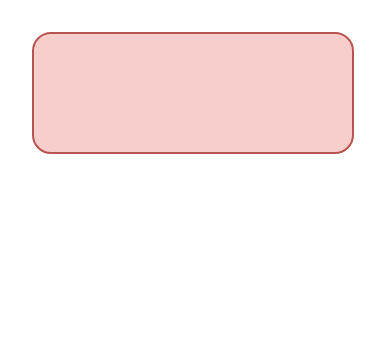
The draw.io diagram output/Untitled Diagram.drawio in aaronsteers/aj-dataops-personal, before the edit. Source tidied: cells renumbered, new cells numbered last; positions are measured from the earlier drawing's top-left corner, leaving out a move shared by most shapes. Both pictures are drawn from the tidied source at 200%, with x=0, y=0 at pixel (32, 32).
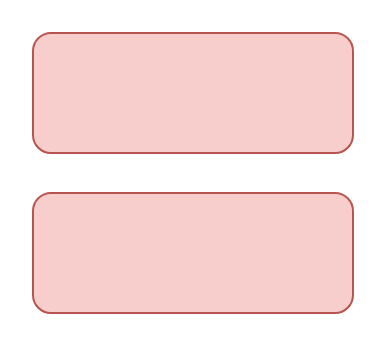
The same page after the edit.

Commit message:
duplicate shape

What changed in the source:
```diff
@@
 <mxGraphModel>
   <root>
     <mxCell id="0" />
     <mxCell id="1" parent="0" />
     <mxCell id="2" style="rounded=1;whiteSpace=wrap;html=1;fillColor=#f8cecc;strokeColor=#b85450;" parent="1" vertex="1">
       <mxGeometry width="160" height="60" as="geometry" />
     </mxCell>
+    <mxCell id="3" style="rounded=1;whiteSpace=wrap;html=1;fillColor=#f8cecc;strokeColor=#b85450;" parent="1" vertex="1">
+      <mxGeometry y="80" width="160" height="60" as="geometry" />
+    </mxCell>
   </root>
 </mxGraphModel>
```
